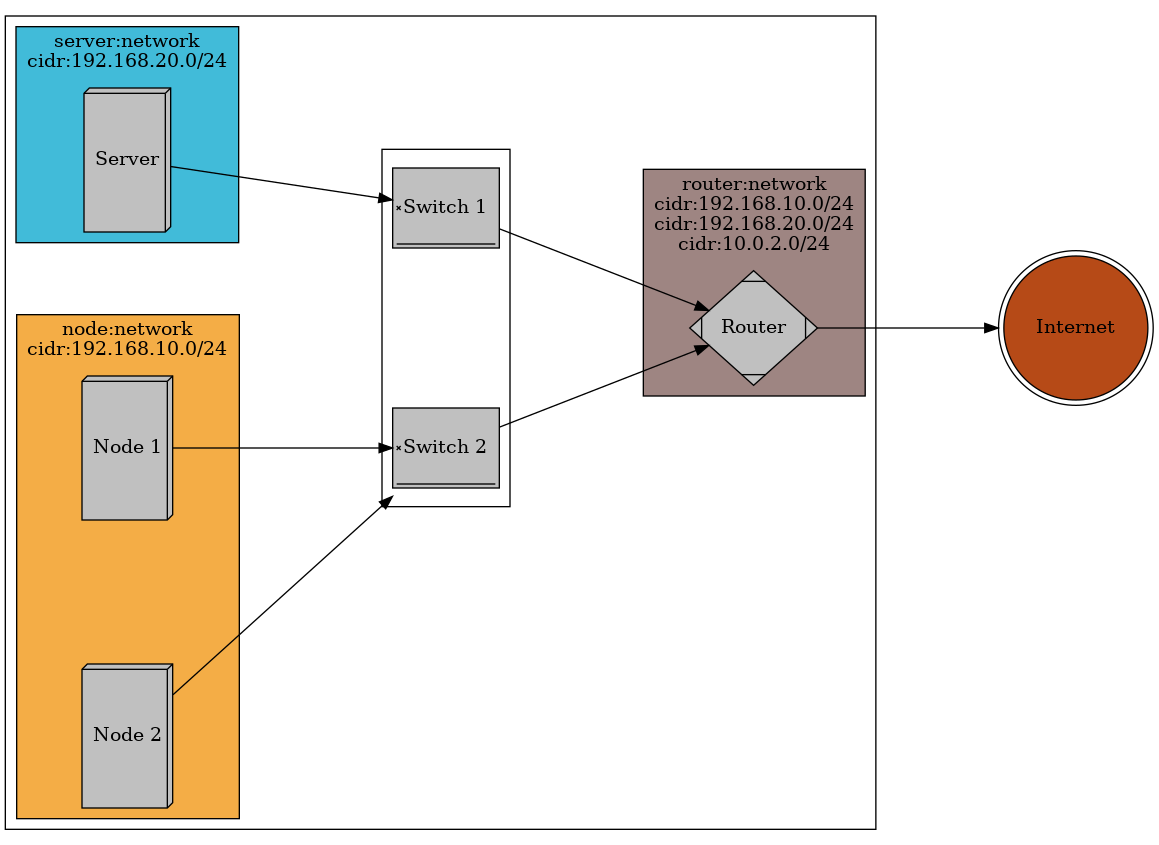
Above: docs/networking-diagram.dot.png in lborguetti/netfilter-hands-on (Graphviz), before the change. Its source is kept beside it as docs/networking-diagram.dot. Its diagram source:
```dot
digraph G {

    rankdir=LR;
    graph [nodesep=1.5, ranksep=1.5];

    subgraph cluster0 {

        color="black"
        style=solid;

        subgraph cluster1 {
            node [style=filled shape=signature color=black fillcolor="gray" height=1];
            style=solid;
            color="black";
            sw1 [label="Switch 1" shape=signature height=1]
            sw2 [label="Switch 2" shape=signature height=1]

        }

        subgraph cluster2 {
            node [style=filled shape=Mdiamond color=black fillcolor="gray" height=1.2];
            label = "router:network\ncidr:192.168.10.0/24\ncidr:192.168.20.0/24\ncidr:10.0.2.0/24";
            style=filled;
            color="black";
            fillcolor="#9E8582"
            router [label="Router"];

        }
        subgraph cluster3 {
            node [style=filled shape=box3d color=black fillcolor="gray" height=1.5];
            label = "server:network\ncidr:192.168.20.0/24";
            style=filled;
            color="black"
            fillcolor="#41BBD9"
            server [label="Server"];
        }
        subgraph cluster4 {
            node [style=filled shape=box3d color=black fillcolor="gray" height=1.5];
            label = "node:network\ncidr:192.168.10.0/24";
            style=filled;
            color="black"
            fillcolor="#F4AD46"
            node1 [label="Node 1"];
            node2 [label="Node 2"];
        }

    }

    server -> sw1;
    node1 -> sw2;
    node2 -> sw2;
    sw1 -> router
    sw2 -> router
    router -> internet;

    internet [style=filled shape=doublecircle color=black fillcolor="#B64A17" height=1.5 label="Internet"];
}
```
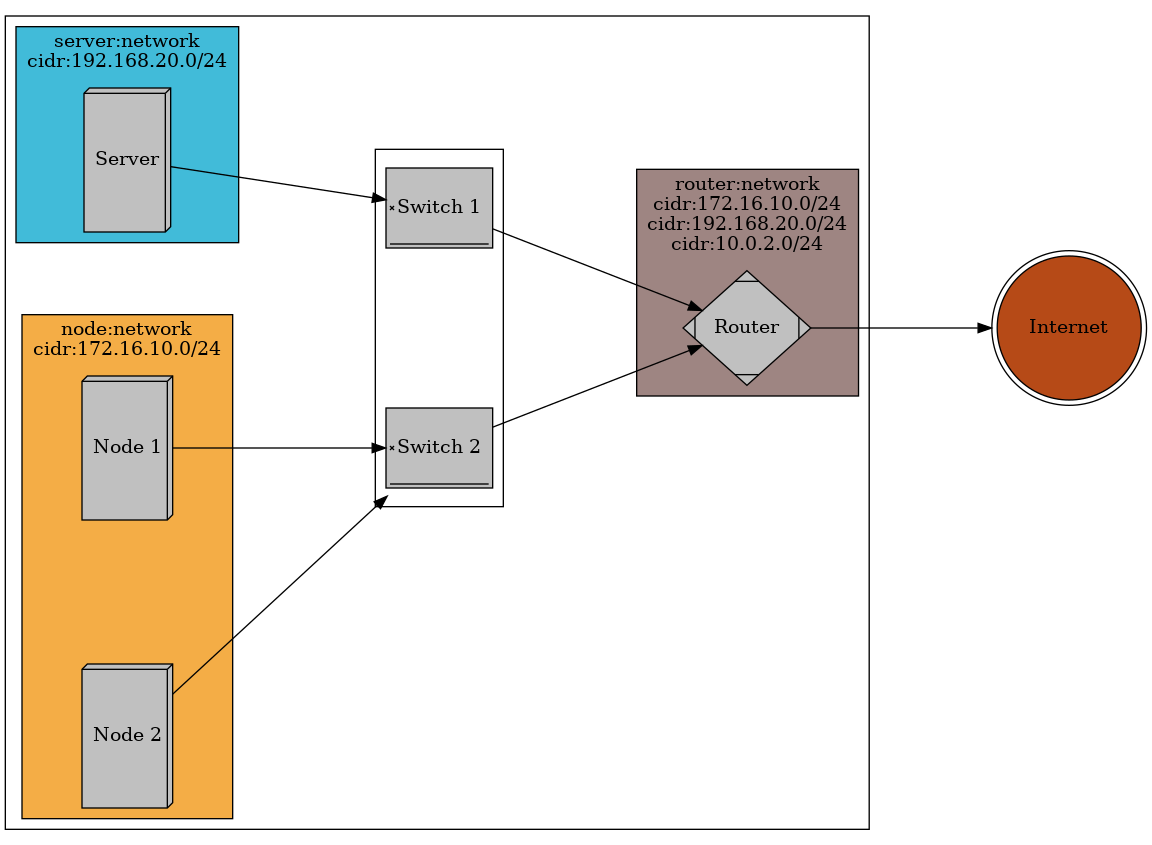
After the change.

What changed in the source:
```diff
@@ -19,7 +19,7 @@
 
         subgraph cluster2 {
             node [style=filled shape=Mdiamond color=black fillcolor="gray" height=1.2];
-            label = "router:network\ncidr:192.168.10.0/24\ncidr:192.168.20.0/24\ncidr:10.0.2.0/24";
+            label = "router:network\ncidr:172.16.10.0/24\ncidr:192.168.20.0/24\ncidr:10.0.2.0/24";
             style=filled;
             color="black";
             fillcolor="#9E8582"
@@ -36,7 +36,7 @@
         }
         subgraph cluster4 {
             node [style=filled shape=box3d color=black fillcolor="gray" height=1.5];
-            label = "node:network\ncidr:192.168.10.0/24";
+            label = "node:network\ncidr:172.16.10.0/24";
             style=filled;
             color="black"
             fillcolor="#F4AD46"
```
